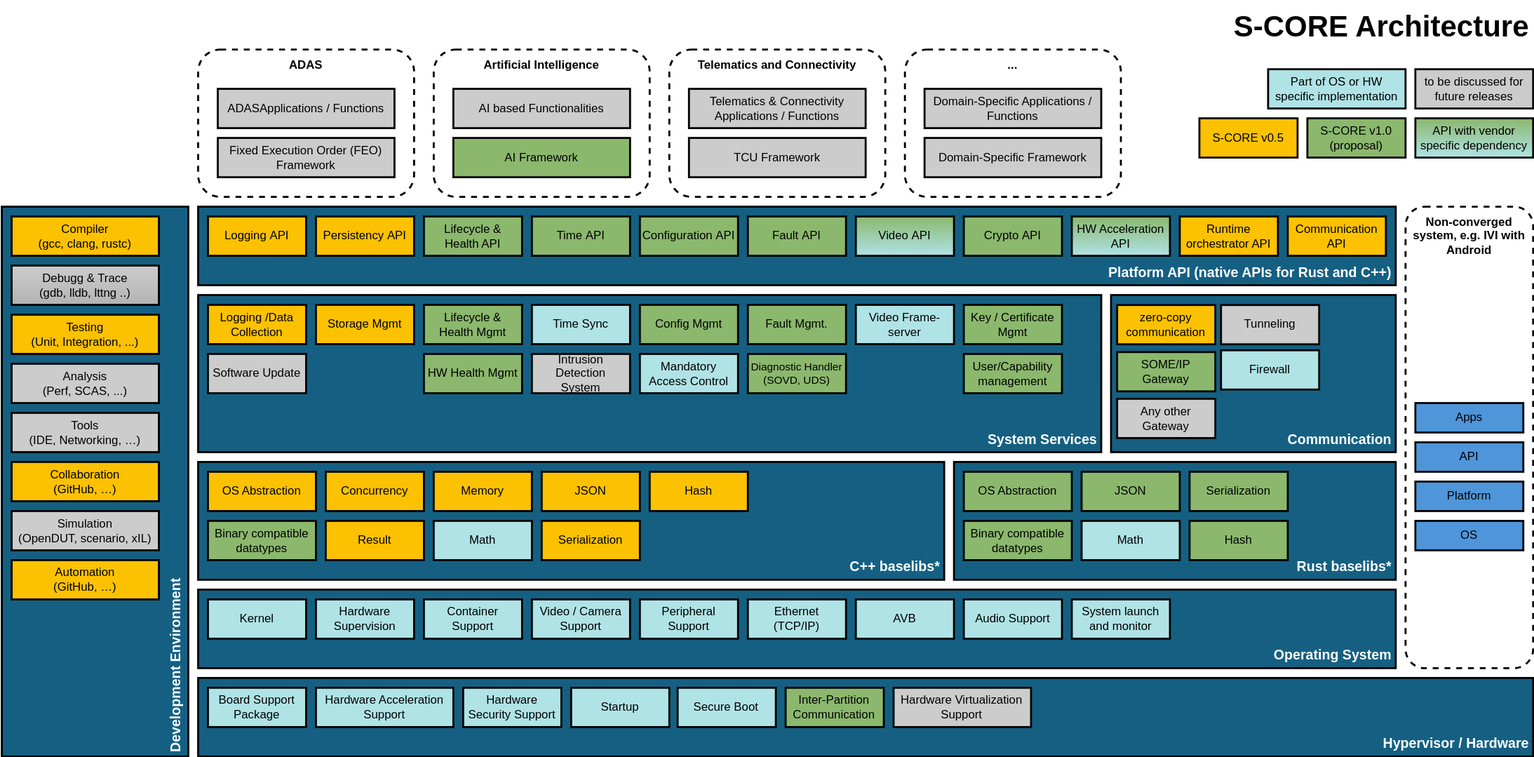
This is pr-1929/_images/architecture.drawio.svg from eclipse-score/score, a draw.io export, as it was before one commit. Source tidied: cells renumbered, new cells last; positions are measured from the earlier drawing's top-left corner, leaving out a move shared by most shapes.
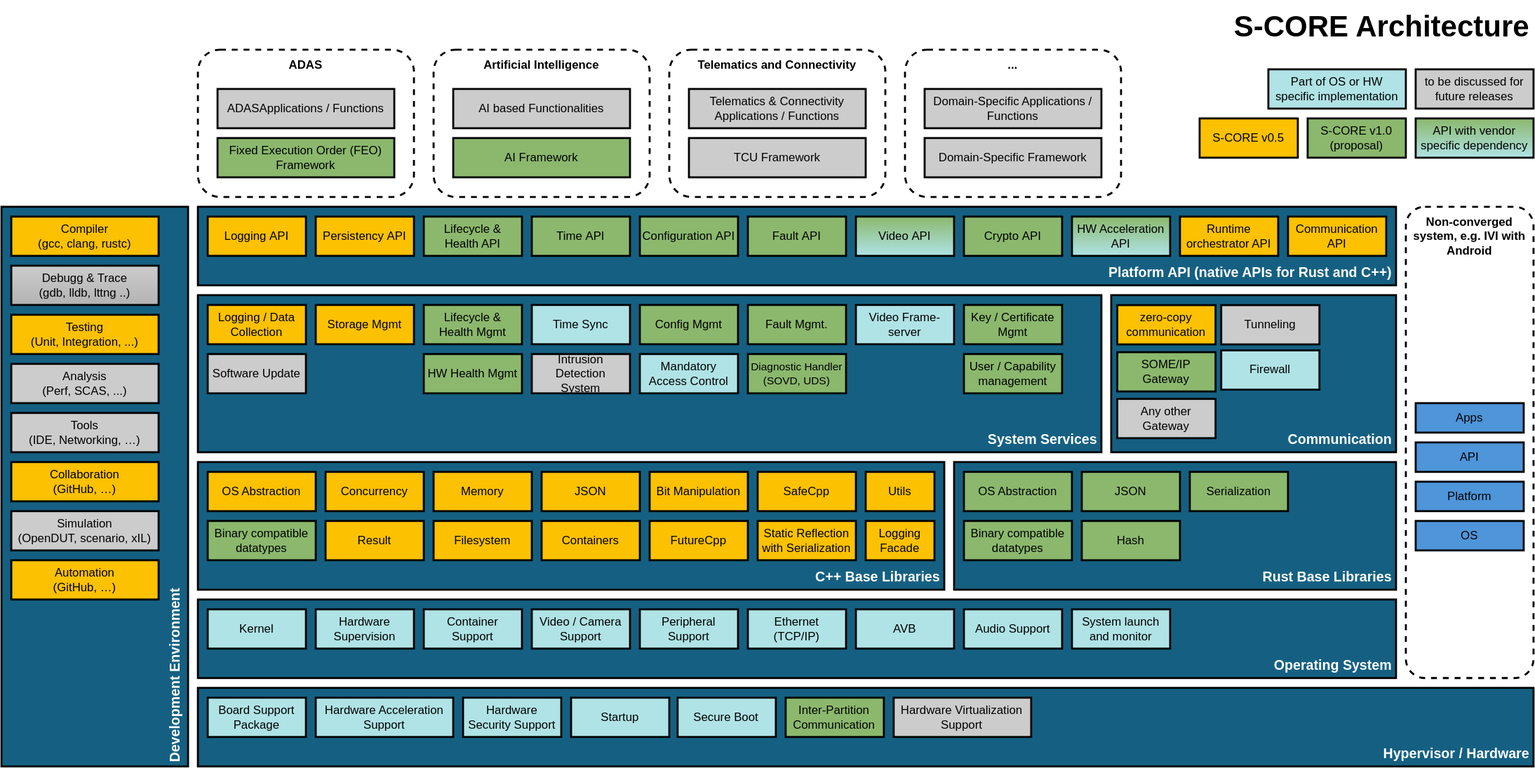
After the change.

Change to the diagram source:
```diff
@@ -2,11 +2,11 @@
   <root>
     <mxCell id="0" />
     <mxCell id="1" value="Background" parent="0" />
-    <mxCell id="2" value="C++ baselibs*" style="rounded=0;html=1;strokeWidth=2;fillColor=#156082;align=right;labelPosition=center;verticalLabelPosition=middle;verticalAlign=bottom;whiteSpace=wrap;horizontal=1;spacingRight=0;spacingBottom=0;spacingLeft=0;spacingTop=0;spacing=4;fontColor=#FFFFFF;fontSize=14;fontStyle=1;" parent="1" vertex="1">
-      <mxGeometry x="200" y="470" width="760" height="120" as="geometry" />
+    <mxCell id="2" value="C++ Base Libraries" style="rounded=0;html=1;strokeWidth=2;fillColor=#156082;align=right;labelPosition=center;verticalLabelPosition=middle;verticalAlign=bottom;whiteSpace=wrap;horizontal=1;spacingRight=0;spacingBottom=0;spacingLeft=0;spacingTop=0;spacing=4;fontColor=#FFFFFF;fontSize=14;fontStyle=1;" parent="1" vertex="1">
+      <mxGeometry x="200" y="470" width="760" height="130" as="geometry" />
     </mxCell>
     <mxCell id="3" value="Development Environment" style="rounded=0;html=1;strokeWidth=2;fillColor=#156082;align=left;labelPosition=center;verticalLabelPosition=middle;verticalAlign=bottom;whiteSpace=wrap;horizontal=0;spacingBottom=0;spacingLeft=0;spacing=4;fontColor=#FFFFFF;fontSize=14;fontStyle=1;" parent="1" vertex="1">
-      <mxGeometry y="210" width="190" height="560" as="geometry" />
+      <mxGeometry y="210" width="190" height="570" as="geometry" />
     </mxCell>
     <mxCell id="4" value="Platform API (native APIs for Rust and C++)" style="rounded=0;strokeWidth=2;fillColor=#156082;align=right;labelPosition=center;verticalLabelPosition=middle;verticalAlign=bottom;whiteSpace=wrap;horizontal=1;spacingRight=0;spacingBottom=0;spacingLeft=0;spacingTop=0;spacing=4;textShadow=0;html=1;fontColor=#FFFFFF;fontSize=14;fontStyle=1;" parent="1" vertex="1">
       <mxGeometry x="200" y="210" width="1220" height="80" as="geometry" />
@@ -18,14 +18,32 @@
       <mxGeometry x="1130" y="300" width="290" height="160" as="geometry" />
     </mxCell>
     <mxCell id="7" value="Operating System" style="rounded=0;html=1;strokeWidth=2;fillColor=#156082;align=right;labelPosition=center;verticalLabelPosition=middle;verticalAlign=bottom;whiteSpace=wrap;horizontal=1;spacingRight=0;spacingBottom=0;spacingLeft=0;spacingTop=0;spacing=4;fontColor=#FFFFFF;fontSize=14;fontStyle=1;" parent="1" vertex="1">
-      <mxGeometry x="200" y="600" width="1220" height="80" as="geometry" />
+      <mxGeometry x="200" y="610" width="1220" height="80" as="geometry" />
     </mxCell>
     <mxCell id="8" value="Hypervisor / Hardware" style="rounded=0;html=1;strokeWidth=2;fillColor=#156082;align=right;labelPosition=center;verticalLabelPosition=middle;verticalAlign=bottom;whiteSpace=wrap;horizontal=1;spacingRight=0;spacingBottom=0;spacingLeft=0;spacingTop=0;spacing=4;fontColor=#FFFFFF;fontSize=14;fontStyle=1;" parent="1" vertex="1">
-      <mxGeometry x="200" y="690" width="1360" height="80" as="geometry" />
+      <mxGeometry x="200" y="700" width="1360" height="80" as="geometry" />
     </mxCell>
-    <mxCell id="9" value="Rust baselibs*" style="rounded=0;html=1;strokeWidth=2;fillColor=#156082;align=right;labelPosition=center;verticalLabelPosition=middle;verticalAlign=bottom;whiteSpace=wrap;horizontal=1;spacingRight=0;spacingBottom=0;spacingLeft=0;spacingTop=0;spacing=4;fontColor=#FFFFFF;fontSize=14;fontStyle=1;" parent="1" vertex="1">
-      <mxGeometry x="970" y="470" width="450" height="120" as="geometry" />
+    <mxCell id="9" value="Rust Base Libraries" style="rounded=0;html=1;strokeWidth=2;fillColor=#156082;align=right;labelPosition=center;verticalLabelPosition=middle;verticalAlign=bottom;whiteSpace=wrap;horizontal=1;spacingRight=0;spacingBottom=0;spacingLeft=0;spacingTop=0;spacing=4;fontColor=#FFFFFF;fontSize=14;fontStyle=1;" parent="1" vertex="1">
+      <mxGeometry x="970" y="470" width="450" height="130" as="geometry" />
     </mxCell>
+    <mxCell id="103" value="Filesystem" style="rounded=0;whiteSpace=wrap;fillColor=#FCC100;strokeWidth=2;glass=0;shadow=0;strokeColor=default;align=center;verticalAlign=middle;spacingLeft=0;spacing=4;" parent="1" vertex="1">
+      <mxGeometry x="440" y="530" width="100" height="40" as="geometry" />
+    </mxCell>
+    <mxCell id="104" value="FutureCpp" style="rounded=0;whiteSpace=wrap;fillColor=#FCC100;strokeWidth=2;glass=0;shadow=0;strokeColor=default;align=center;verticalAlign=middle;spacingLeft=0;spacing=4;" parent="1" vertex="1">
+      <mxGeometry x="660" y="530" width="100" height="40" as="geometry" />
+    </mxCell>
+    <mxCell id="105" value="SafeCpp" style="rounded=0;whiteSpace=wrap;fillColor=#FCC100;strokeWidth=2;glass=0;shadow=0;strokeColor=default;align=center;verticalAlign=middle;spacingLeft=0;spacing=4;" parent="1" vertex="1">
+      <mxGeometry x="770" y="480" width="100" height="40" as="geometry" />
+    </mxCell>
+    <mxCell id="106" value="Static Reflection with Serialization" style="rounded=0;whiteSpace=wrap;fillColor=#FCC100;strokeWidth=2;glass=0;shadow=0;strokeColor=default;align=center;verticalAlign=middle;spacingLeft=0;spacing=4;" parent="1" vertex="1">
+      <mxGeometry x="770" y="530" width="100" height="40" as="geometry" />
+    </mxCell>
+    <mxCell id="107" value="Utils" style="rounded=0;whiteSpace=wrap;fillColor=#FCC100;strokeWidth=2;glass=0;shadow=0;strokeColor=default;align=center;verticalAlign=middle;spacingLeft=0;spacing=4;" parent="1" vertex="1">
+      <mxGeometry x="880" y="480" width="70" height="40" as="geometry" />
+    </mxCell>
+    <mxCell id="108" value="Logging Facade" style="rounded=0;whiteSpace=wrap;fillColor=#FCC100;strokeWidth=2;glass=0;shadow=0;strokeColor=default;align=center;verticalAlign=middle;spacingLeft=0;spacing=4;" parent="1" vertex="1">
+      <mxGeometry x="880" y="530" width="70" height="40" as="geometry" />
+    </mxCell>
     <mxCell id="10" value="Features" parent="0" />
     <mxCell id="11" value="S-CORE Architecture" style="text;whiteSpace=wrap;overflow=hidden;rounded=0;align=right;fontStyle=1;fontSize=30;spacingLeft=0;spacing=4;" parent="10" vertex="1">
       <mxGeometry x="1232.5" width="327.5" height="47.9" as="geometry" />
@@ -36,7 +54,7 @@
     <mxCell id="13" value="ADASApplications / Functions" style="rounded=0;whiteSpace=wrap;fillColor=#CCCCCC;strokeWidth=2;glass=0;shadow=0;spacingLeft=0;spacing=4;" parent="10" vertex="1">
       <mxGeometry x="220" y="90" width="180" height="40" as="geometry" />
     </mxCell>
-    <mxCell id="14" value="Fixed Execution Order (FEO) Framework" style="rounded=0;whiteSpace=wrap;fillColor=#CCCCCC;strokeWidth=2;glass=0;shadow=0;spacingLeft=0;spacing=4;" parent="10" vertex="1">
+    <mxCell id="14" value="Fixed Execution Order (FEO) Framework" style="rounded=0;whiteSpace=wrap;fillColor=#8BB86D;strokeWidth=2;glass=0;shadow=0;spacingLeft=0;spacing=4;" parent="10" vertex="1">
       <mxGeometry x="220" y="140" width="180" height="40" as="geometry" />
     </mxCell>
     <mxCell id="15" value="Telematics and Connectivity" style="rounded=1;whiteSpace=wrap;strokeWidth=2;dashed=1;verticalAlign=top;spacing=4;fontStyle=1;spacingLeft=0;" parent="10" vertex="1">
@@ -102,7 +120,7 @@
     <mxCell id="35" value="Runtime orchestrator API" style="rounded=0;whiteSpace=wrap;fillColor=#FCC100;strokeWidth=2;glass=0;shadow=0;strokeColor=default;align=center;verticalAlign=middle;spacingLeft=0;spacing=4;" parent="10" vertex="1">
       <mxGeometry x="1200" y="220" width="100" height="40" as="geometry" />
     </mxCell>
-    <mxCell id="36" value="User/Capability management" style="rounded=0;whiteSpace=wrap;fillColor=#8BB86D;strokeWidth=2;glass=0;shadow=0;strokeColor=#000000;spacingLeft=0;spacing=4;" parent="10" vertex="1">
+    <mxCell id="36" value="User / Capability management" style="rounded=0;whiteSpace=wrap;fillColor=#8BB86D;strokeWidth=2;glass=0;shadow=0;strokeColor=#000000;spacingLeft=0;spacing=4;" parent="10" vertex="1">
       <mxGeometry x="980" y="360" width="100" height="40" as="geometry" />
     </mxCell>
     <mxCell id="37" value="Mandatory Access Control" style="rounded=0;whiteSpace=wrap;fillColor=#b0e3e6;strokeWidth=2;glass=0;shadow=0;strokeColor=#000000;spacingLeft=0;spacing=4;" parent="10" vertex="1">
@@ -132,7 +150,7 @@
     <mxCell id="45" value="HW Health Mgmt" style="rounded=0;whiteSpace=wrap;fillColor=#8BB86D;strokeWidth=2;glass=0;shadow=0;strokeColor=#000000;spacingLeft=0;spacing=4;" parent="10" vertex="1">
       <mxGeometry x="430" y="360" width="100" height="40" as="geometry" />
     </mxCell>
-    <mxCell id="46" value="Logging /Data Collection" style="rounded=0;whiteSpace=wrap;fillColor=#FCC100;strokeWidth=2;glass=0;shadow=0;strokeColor=default;spacingLeft=0;spacing=4;" parent="10" vertex="1">
+    <mxCell id="46" value="Logging / Data Collection" style="rounded=0;whiteSpace=wrap;fillColor=#FCC100;strokeWidth=2;glass=0;shadow=0;strokeColor=default;spacingLeft=0;spacing=4;" parent="10" vertex="1">
       <mxGeometry x="210" y="310" width="100" height="40" as="geometry" />
     </mxCell>
     <mxCell id="47" value="Software Update" style="rounded=0;whiteSpace=wrap;fillColor=#CCCCCC;strokeWidth=2;glass=0;shadow=0;strokeColor=#000000;align=center;verticalAlign=middle;spacingLeft=0;spacing=4;" parent="10" vertex="1">
@@ -154,52 +172,52 @@
       <mxGeometry x="1136.2" y="405.7" width="100" height="40" as="geometry" />
     </mxCell>
     <mxCell id="53" value="Kernel" style="rounded=0;whiteSpace=wrap;fillColor=#b0e3e6;strokeWidth=2;glass=0;shadow=0;strokeColor=#000000;spacingLeft=0;spacing=4;" parent="10" vertex="1">
-      <mxGeometry x="210" y="610" width="100" height="40" as="geometry" />
+      <mxGeometry x="210" y="620" width="100" height="40" as="geometry" />
     </mxCell>
     <mxCell id="54" value="Time Sync" style="rounded=0;whiteSpace=wrap;fillColor=#b0e3e6;strokeWidth=2;glass=0;shadow=0;strokeColor=#000000;spacingLeft=0;spacing=4;" parent="10" vertex="1">
       <mxGeometry x="540" y="310" width="100" height="40" as="geometry" />
     </mxCell>
     <mxCell id="55" value="Hardware Supervision" style="rounded=0;whiteSpace=wrap;fillColor=#b0e3e6;strokeWidth=2;glass=0;shadow=0;strokeColor=#000000;spacingLeft=0;spacing=4;" parent="10" vertex="1">
-      <mxGeometry x="320" y="610" width="100" height="40" as="geometry" />
+      <mxGeometry x="320" y="620" width="100" height="40" as="geometry" />
     </mxCell>
     <mxCell id="56" value="Container Support" style="rounded=0;whiteSpace=wrap;fillColor=#b0e3e6;strokeWidth=2;glass=0;shadow=0;strokeColor=#000000;spacingLeft=0;spacing=4;" parent="10" vertex="1">
-      <mxGeometry x="430" y="610" width="100" height="40" as="geometry" />
+      <mxGeometry x="430" y="620" width="100" height="40" as="geometry" />
     </mxCell>
     <mxCell id="57" value="Video / Camera Support" style="rounded=0;whiteSpace=wrap;fillColor=#b0e3e6;strokeWidth=2;glass=0;shadow=0;strokeColor=#000000;spacingLeft=0;spacing=4;" parent="10" vertex="1">
-      <mxGeometry x="540" y="610" width="100" height="40" as="geometry" />
+      <mxGeometry x="540" y="620" width="100" height="40" as="geometry" />
     </mxCell>
     <mxCell id="58" value="Audio Support" style="rounded=0;whiteSpace=wrap;fillColor=#b0e3e6;strokeWidth=2;glass=0;shadow=0;strokeColor=#000000;align=center;verticalAlign=middle;spacingLeft=0;spacing=4;" parent="10" vertex="1">
-      <mxGeometry x="980" y="610" width="100" height="40" as="geometry" />
+      <mxGeometry x="980" y="620" width="100" height="40" as="geometry" />
     </mxCell>
     <mxCell id="59" value="Peripheral Support" style="rounded=0;whiteSpace=wrap;fillColor=#b0e3e6;strokeWidth=2;glass=0;shadow=0;strokeColor=#000000;spacingLeft=0;spacing=4;" parent="10" vertex="1">
-      <mxGeometry x="650" y="610" width="100" height="40" as="geometry" />
+      <mxGeometry x="650" y="620" width="100" height="40" as="geometry" />
     </mxCell>
     <mxCell id="60" value="Ethernet (TCP/IP)" style="rounded=0;whiteSpace=wrap;fillColor=#b0e3e6;strokeWidth=2;glass=0;shadow=0;strokeColor=#000000;spacingLeft=0;spacingRight=0;spacing=4;" parent="10" vertex="1">
-      <mxGeometry x="760" y="610" width="100" height="40" as="geometry" />
+      <mxGeometry x="760" y="620" width="100" height="40" as="geometry" />
     </mxCell>
     <mxCell id="61" value="AVB" style="rounded=0;whiteSpace=wrap;fillColor=#b0e3e6;strokeWidth=2;glass=0;shadow=0;strokeColor=#000000;spacingLeft=0;spacing=4;" parent="10" vertex="1">
-      <mxGeometry x="870" y="610" width="100" height="40" as="geometry" />
+      <mxGeometry x="870" y="620" width="100" height="40" as="geometry" />
     </mxCell>
     <mxCell id="62" value="Board Support Package" style="rounded=0;whiteSpace=wrap;fillColor=#b0e3e6;strokeWidth=2;glass=0;shadow=0;strokeColor=#000000;spacingLeft=0;spacing=4;" parent="10" vertex="1">
-      <mxGeometry x="210" y="700" width="100" height="40" as="geometry" />
+      <mxGeometry x="210" y="710" width="100" height="40" as="geometry" />
     </mxCell>
     <mxCell id="63" value="Secure Boot" style="rounded=0;whiteSpace=wrap;fillColor=#b0e3e6;strokeWidth=2;glass=0;shadow=0;strokeColor=#000000;spacingLeft=0;spacing=4;" parent="10" vertex="1">
-      <mxGeometry x="688.5" y="700" width="100" height="40" as="geometry" />
+      <mxGeometry x="688.5" y="710" width="100" height="40" as="geometry" />
     </mxCell>
     <mxCell id="64" value="Hardware Acceleration Support" style="rounded=0;whiteSpace=wrap;fillColor=#b0e3e6;strokeWidth=2;glass=0;shadow=0;strokeColor=#000000;spacingLeft=0;spacing=4;" parent="10" vertex="1">
-      <mxGeometry x="320" y="700" width="140" height="40" as="geometry" />
+      <mxGeometry x="320" y="710" width="140" height="40" as="geometry" />
     </mxCell>
     <mxCell id="65" value="Hardware Security Support" style="rounded=0;whiteSpace=wrap;fillColor=#b0e3e6;strokeWidth=2;glass=0;shadow=0;strokeColor=#000000;spacingLeft=0;spacing=4;fontSize=12;" parent="10" vertex="1">
-      <mxGeometry x="470" y="700" width="100" height="40" as="geometry" />
+      <mxGeometry x="470" y="710" width="100" height="40" as="geometry" />
     </mxCell>
     <mxCell id="66" value="Startup" style="rounded=0;whiteSpace=wrap;fillColor=#b0e3e6;strokeWidth=2;glass=0;shadow=0;strokeColor=#000000;spacingLeft=0;spacing=4;" parent="10" vertex="1">
-      <mxGeometry x="580" y="700" width="100" height="40" as="geometry" />
+      <mxGeometry x="580" y="710" width="100" height="40" as="geometry" />
     </mxCell>
     <mxCell id="67" value="Inter-Partition Communication" style="rounded=0;whiteSpace=wrap;fillColor=#8BB86D;strokeWidth=2;glass=0;shadow=0;strokeColor=#000000;align=center;verticalAlign=middle;spacingLeft=0;spacing=4;" parent="10" vertex="1">
-      <mxGeometry x="798.5" y="700" width="100" height="40" as="geometry" />
+      <mxGeometry x="798.5" y="710" width="100" height="40" as="geometry" />
     </mxCell>
     <mxCell id="68" value="Hardware Virtualization Support" style="rounded=0;whiteSpace=wrap;fillColor=#CCCCCC;strokeWidth=2;glass=0;shadow=0;strokeColor=#000000;spacingLeft=0;spacing=4;" parent="10" vertex="1">
-      <mxGeometry x="908.5" y="700" width="140" height="40" as="geometry" />
+      <mxGeometry x="908.5" y="710" width="140" height="40" as="geometry" />
     </mxCell>
     <mxCell id="69" value="Compiler &#10;(gcc, clang, rustc)" style="rounded=0;whiteSpace=wrap;fillColor=#FCC100;strokeWidth=2;glass=0;shadow=0;spacingLeft=0;spacing=4;" parent="10" vertex="1">
       <mxGeometry x="10" y="220" width="150" height="40" as="geometry" />
@@ -226,7 +244,7 @@
       <mxGeometry x="10" y="570" width="150" height="40" as="geometry" />
     </mxCell>
     <mxCell id="77" value="Non-converged system, e.g. IVI with Android" style="rounded=1;whiteSpace=wrap;strokeWidth=2;dashed=1;verticalAlign=top;spacing=4;spacingLeft=0;fontStyle=1;" parent="10" vertex="1">
-      <mxGeometry x="1430" y="210" width="130" height="470" as="geometry" />
+      <mxGeometry x="1430" y="210" width="130" height="480" as="geometry" />
     </mxCell>
     <mxCell id="78" value="Apps" style="rounded=0;whiteSpace=wrap;fillColor=#4E95D9;strokeWidth=2;glass=0;shadow=0;strokeColor=#000000;spacingLeft=0;spacing=4;" parent="10" vertex="1">
       <mxGeometry x="1440" y="410" width="110" height="30" as="geometry" />
@@ -252,18 +270,15 @@
     <mxCell id="85" value="Memory" style="rounded=0;whiteSpace=wrap;fillColor=#FCC100;strokeWidth=2;glass=0;shadow=0;spacingLeft=0;spacing=4;" parent="10" vertex="1">
       <mxGeometry x="440" y="480" width="100" height="40" as="geometry" />
     </mxCell>
-    <mxCell id="86" value="Hash" style="rounded=0;whiteSpace=wrap;fillColor=#FCC100;strokeWidth=2;glass=0;shadow=0;strokeColor=default;align=center;verticalAlign=middle;spacingLeft=0;spacing=4;" parent="10" vertex="1">
+    <mxCell id="86" value="Bit Manipulation" style="rounded=0;whiteSpace=wrap;fillColor=#FCC100;strokeWidth=2;glass=0;shadow=0;strokeColor=default;align=center;verticalAlign=middle;spacingLeft=0;spacing=4;" parent="10" vertex="1">
       <mxGeometry x="660" y="480" width="100" height="40" as="geometry" />
     </mxCell>
-    <mxCell id="87" value="Serialization" style="rounded=0;whiteSpace=wrap;fillColor=#FCC100;strokeWidth=2;glass=0;shadow=0;strokeColor=default;align=center;verticalAlign=middle;spacingLeft=0;spacing=4;" parent="10" vertex="1">
+    <mxCell id="87" value="Containers" style="rounded=0;whiteSpace=wrap;fillColor=#FCC100;strokeWidth=2;glass=0;shadow=0;strokeColor=default;align=center;verticalAlign=middle;spacingLeft=0;spacing=4;" parent="10" vertex="1">
       <mxGeometry x="550" y="530" width="100" height="40" as="geometry" />
     </mxCell>
     <mxCell id="88" value="JSON" style="rounded=0;whiteSpace=wrap;fillColor=#FCC100;strokeWidth=2;glass=0;shadow=0;spacingLeft=0;spacing=4;" parent="10" vertex="1">
       <mxGeometry x="550" y="480" width="100" height="40" as="geometry" />
     </mxCell>
-    <mxCell id="89" value="Math" style="rounded=0;whiteSpace=wrap;fillColor=#b0e3e6;strokeWidth=2;glass=0;shadow=0;strokeColor=#000000;spacingLeft=0;spacing=4;" parent="10" vertex="1">
-      <mxGeometry x="440" y="530" width="100" height="40" as="geometry" />
-    </mxCell>
     <mxCell id="90" value="OS Abstraction" style="rounded=0;whiteSpace=wrap;fillColor=#FCC100;strokeWidth=2;glass=0;shadow=0;strokeColor=default;align=center;verticalAlign=middle;spacingLeft=0;spacing=4;" parent="10" vertex="1">
       <mxGeometry x="210" y="480" width="110" height="40" as="geometry" />
     </mxCell>
@@ -276,14 +291,11 @@
     <mxCell id="93" value="JSON" style="rounded=0;whiteSpace=wrap;fillColor=#8BB86D;strokeWidth=2;glass=0;shadow=0;strokeColor=default;align=center;verticalAlign=middle;spacingLeft=0;spacing=4;" parent="10" vertex="1">
       <mxGeometry x="1100" y="480" width="100" height="40" as="geometry" />
     </mxCell>
-    <mxCell id="94" value="Math" style="rounded=0;whiteSpace=wrap;fillColor=#b0e3e6;strokeWidth=2;glass=0;shadow=0;strokeColor=#000000;align=center;verticalAlign=middle;spacingLeft=0;spacing=4;" parent="10" vertex="1">
-      <mxGeometry x="1100" y="530" width="100" height="40" as="geometry" />
-    </mxCell>
     <mxCell id="95" value="Serialization" style="rounded=0;whiteSpace=wrap;fillColor=#8BB86D;strokeWidth=2;glass=0;shadow=0;strokeColor=#000000;align=center;verticalAlign=middle;spacingLeft=0;spacing=4;" parent="10" vertex="1">
       <mxGeometry x="1210" y="480" width="100" height="40" as="geometry" />
     </mxCell>
     <mxCell id="96" value="Hash" style="rounded=0;whiteSpace=wrap;fillColor=#8BB86D;strokeWidth=2;glass=0;shadow=0;strokeColor=#000000;align=center;verticalAlign=middle;spacingLeft=0;spacing=4;" parent="10" vertex="1">
-      <mxGeometry x="1210" y="530" width="100" height="40" as="geometry" />
+      <mxGeometry x="1100" y="530" width="100" height="40" as="geometry" />
     </mxCell>
     <mxCell id="97" value="Binary compatible datatypes" style="rounded=0;whiteSpace=wrap;fillColor=#8BB86D;strokeWidth=2;glass=0;shadow=0;strokeColor=default;align=center;verticalAlign=middle;spacingLeft=0;spacing=4;" parent="10" vertex="1">
       <mxGeometry x="980" y="530" width="110" height="40" as="geometry" />
@@ -301,7 +313,7 @@
       <mxGeometry x="460" y="140" width="180" height="40" as="geometry" />
     </mxCell>
     <mxCell id="102" value="System launch and monitor" style="rounded=0;whiteSpace=wrap;fillColor=#b0e3e6;strokeWidth=2;glass=0;shadow=0;strokeColor=#000000;spacingLeft=0;spacing=4;" parent="10" vertex="1">
-      <mxGeometry x="1090" y="610" width="100" height="40" as="geometry" />
+      <mxGeometry x="1090" y="620" width="100" height="40" as="geometry" />
     </mxCell>
   </root>
 </mxGraphModel>
```
